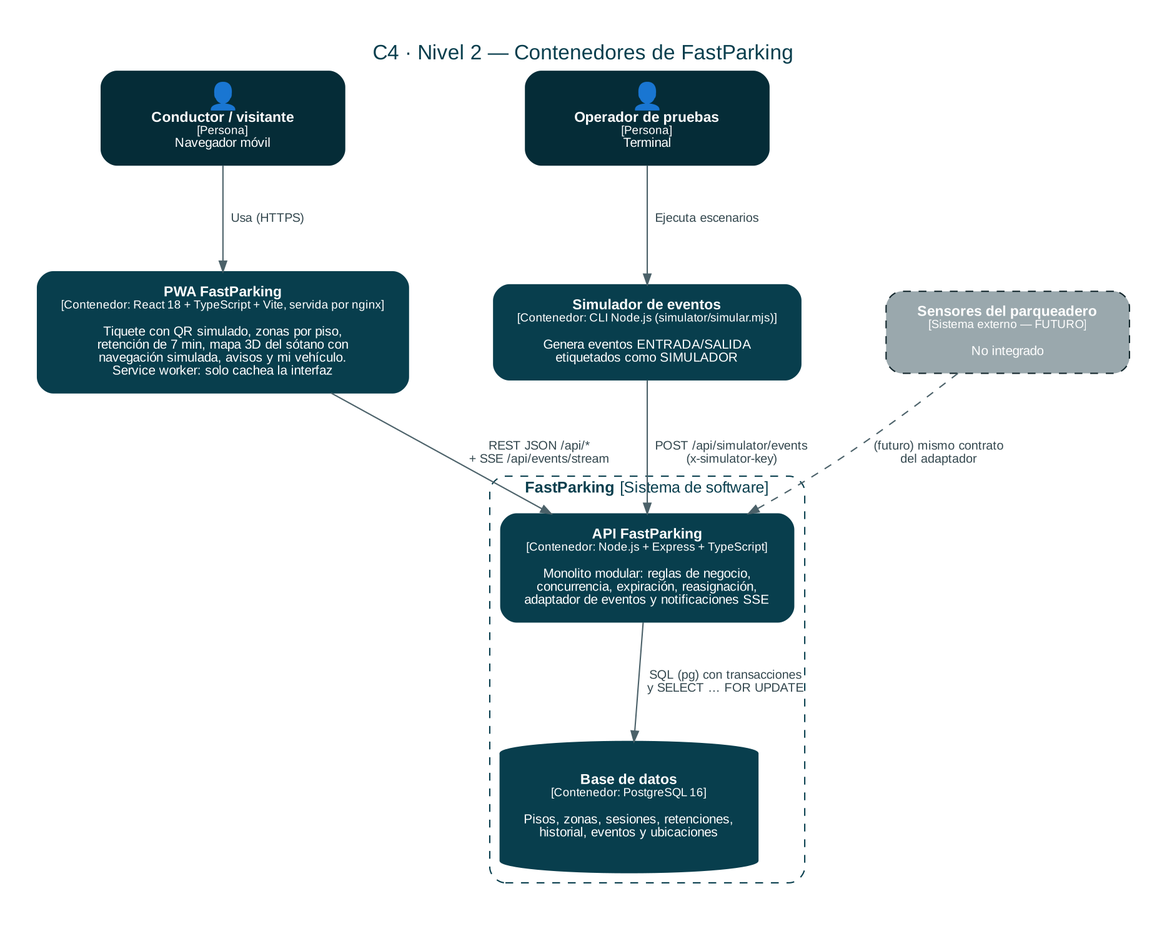
Before: docs/diagramas/c4-nivel2-contenedores.png, a diagram exported from Graphviz (N4SL7/fastparking). Its source is kept beside it as docs/diagramas/fuentes/c4-nivel2-contenedores.dot.
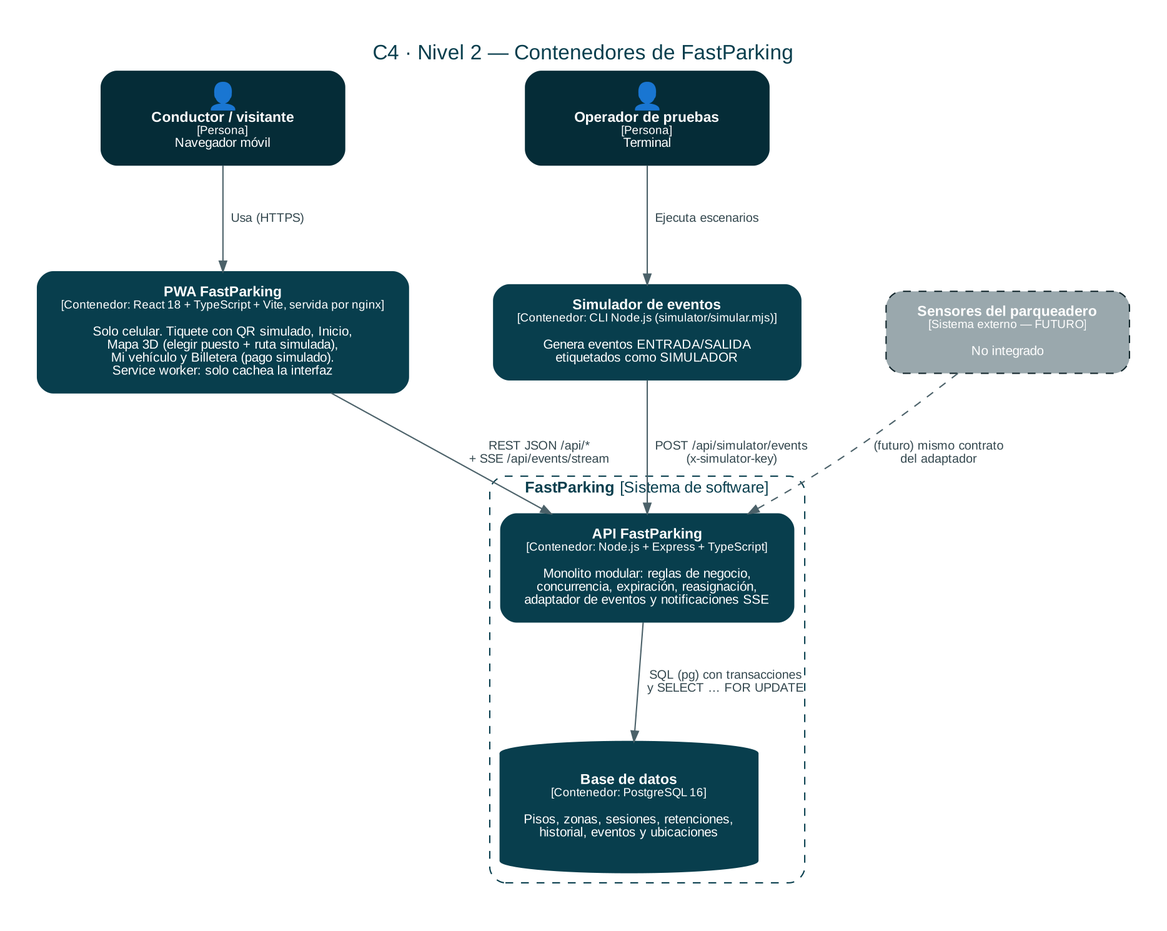
Later version of the same file.

Diff of the diagram source:
```diff
@@ -5,7 +5,7 @@
 conductor [shape=box, style="rounded,filled", fillcolor="#052c37", color="#052c37", fontcolor="white", label=<<FONT POINT-SIZE="20">👤</FONT><BR/><B>Conductor / visitante</B><BR/><FONT POINT-SIZE="9">[Persona]</FONT><BR/><FONT POINT-SIZE="10">Navegador móvil</FONT>>];
 operador [shape=box, style="rounded,filled", fillcolor="#052c37", color="#052c37", fontcolor="white", label=<<FONT POINT-SIZE="20">👤</FONT><BR/><B>Operador de pruebas</B><BR/><FONT POINT-SIZE="9">[Persona]</FONT><BR/><FONT POINT-SIZE="10">Terminal</FONT>>];
 subgraph cluster_fp { label=<<B>FastParking</B> [Sistema de software]>; style="dashed,rounded"; color="#083E4D"; fontcolor="#083E4D"; fontsize=12;
-  pwa [shape=box, style="rounded,filled", fillcolor="#083E4D", color="#083E4D", label=<<B>PWA FastParking</B><BR/><FONT POINT-SIZE="9">[Contenedor: React 18 + TypeScript + Vite, servida por nginx]</FONT><BR/><BR/><FONT POINT-SIZE="10">Tiquete con QR simulado, zonas por piso,<BR/>retención de 7 min, mapa 3D del sótano con<BR/>navegación simulada, avisos y mi vehículo.<BR/>Service worker: solo cachea la interfaz</FONT>>, fontcolor="white"];
+  pwa [shape=box, style="rounded,filled", fillcolor="#083E4D", color="#083E4D", label=<<B>PWA FastParking</B><BR/><FONT POINT-SIZE="9">[Contenedor: React 18 + TypeScript + Vite, servida por nginx]</FONT><BR/><BR/><FONT POINT-SIZE="10">Solo celular. Tiquete con QR simulado, Inicio,<BR/>Mapa 3D (elegir puesto + ruta simulada),<BR/>Mi vehículo y Billetera (pago simulado).<BR/>Service worker: solo cachea la interfaz</FONT>>, fontcolor="white"];
   api [shape=box, style="rounded,filled", fillcolor="#083E4D", color="#083E4D", label=<<B>API FastParking</B><BR/><FONT POINT-SIZE="9">[Contenedor: Node.js + Express + TypeScript]</FONT><BR/><BR/><FONT POINT-SIZE="10">Monolito modular: reglas de negocio,<BR/>concurrencia, expiración, reasignación,<BR/>adaptador de eventos y notificaciones SSE</FONT>>, fontcolor="white"];
   db [shape=cylinder, style="rounded,filled", fillcolor="#083E4D", color="#083E4D", label=<<B>Base de datos</B><BR/><FONT POINT-SIZE="9">[Contenedor: PostgreSQL 16]</FONT><BR/><BR/><FONT POINT-SIZE="10">Pisos, zonas, sesiones, retenciones,<BR/>historial, eventos y ubicaciones</FONT>>, fontcolor="white"];
   sim [shape=box, style="rounded,filled", fillcolor="#083E4D", color="#083E4D", label=<<B>Simulador de eventos</B><BR/><FONT POINT-SIZE="9">[Contenedor: CLI Node.js (simulator/simular.mjs)]</FONT><BR/><BR/><FONT POINT-SIZE="10">Genera eventos ENTRADA/SALIDA<BR/>etiquetados como SIMULADOR</FONT>>, fontcolor="white"];
```
